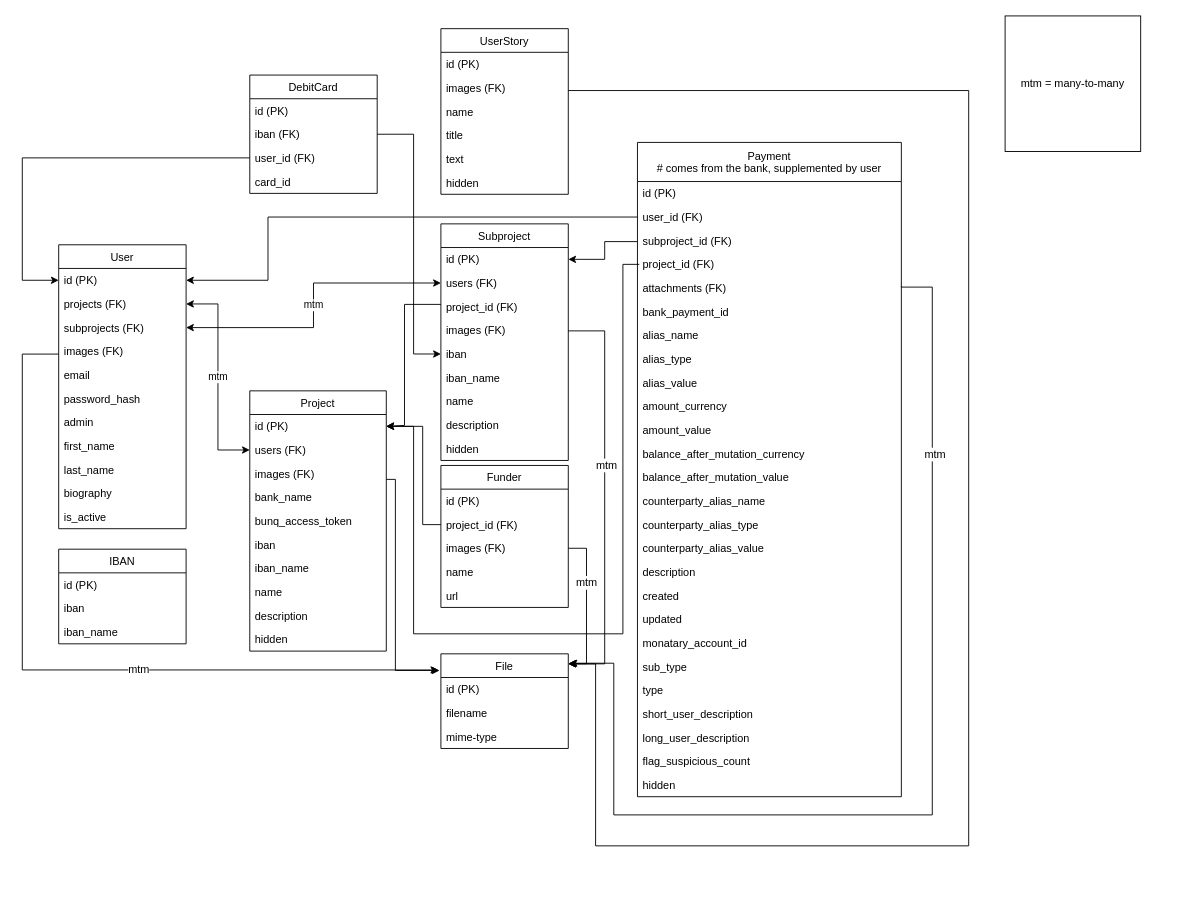
Before: open_poen_architecture.drawio in openstate/open-poen, a draw.io diagram. Source tidied: cells renumbered, new cells numbered last; positions are measured from the earlier drawing's top-left corner, leaving out a move shared by most shapes. Both pictures are drawn from the tidied source at 91%, with x=0, y=0 at pixel (22, 15).
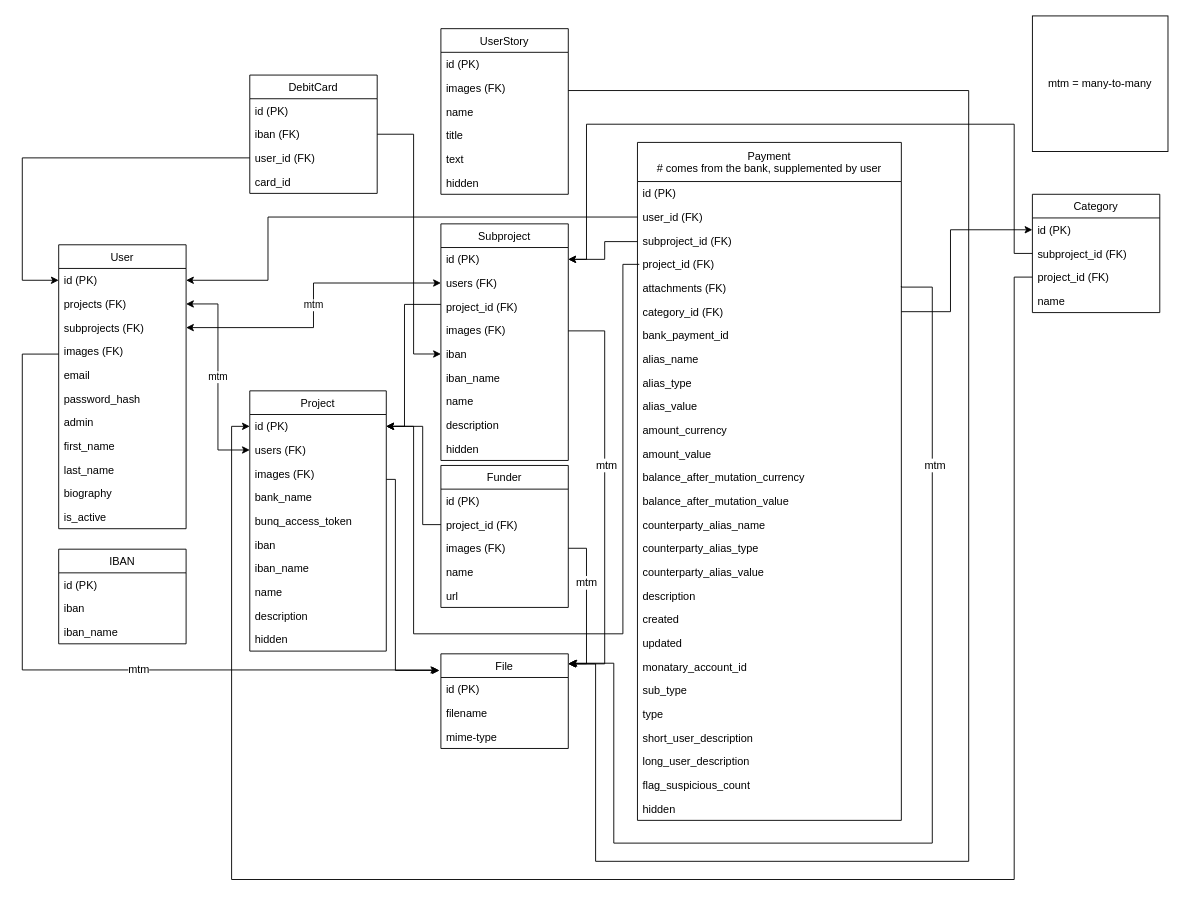
The same page after the edit.

The change refers to these unchanged cells:
```xml
<mxCell id="43" value="id (PK)" style="text;strokeColor=none;fillColor=none;align=left;verticalAlign=top;spacingLeft=4;spacingRight=4;overflow=hidden;points=[[0,0.5],[1,0.5]];portConstraint=eastwest;" parent="42" vertex="1">
  <mxGeometry y="26" width="150" height="26" as="geometry" />
</mxCell>
<mxCell id="55" value="id (PK)" style="text;strokeColor=none;fillColor=none;align=left;verticalAlign=top;spacingLeft=4;spacingRight=4;overflow=hidden;points=[[0,0.5],[1,0.5]];portConstraint=eastwest;" parent="54" vertex="1">
  <mxGeometry y="26" width="140" height="26" as="geometry" />
</mxCell>
<mxCell id="57" value="project_id (FK)" style="text;strokeColor=none;fillColor=none;align=left;verticalAlign=top;spacingLeft=4;spacingRight=4;overflow=hidden;points=[[0,0.5],[1,0.5]];portConstraint=eastwest;" parent="54" vertex="1">
  <mxGeometry y="78" width="140" height="26" as="geometry" />
</mxCell>
```

Diff of the diagram source:
```diff
@@
     <mxCell id="2" value="Payment&#10;# comes from the bank, supplemented by user" style="swimlane;fontStyle=0;horizontal=1;startSize=43;fillColor=none;" parent="1" vertex="1">
-      <mxGeometry x="676" y="139" width="290" height="719" as="geometry" />
+      <mxGeometry x="676" y="139" width="290" height="745" as="geometry" />
     </mxCell>
@@
+    <mxCell id="108" value="category_id (FK)" style="text;strokeColor=none;fillColor=none;align=left;verticalAlign=top;spacingLeft=4;spacingRight=4;overflow=hidden;points=[[0,0.5],[1,0.5]];portConstraint=eastwest;" parent="2" vertex="1">
+      <mxGeometry y="173" width="290" height="26" as="geometry" />
+    </mxCell>
     <mxCell id="8" value="bank_payment_id" style="text;strokeColor=none;fillColor=none;align=left;verticalAlign=top;spacingLeft=4;spacingRight=4;overflow=hidden;" parent="2" vertex="1">
-      <mxGeometry y="173" width="290" height="26" as="geometry" />
+      <mxGeometry y="199" width="290" height="26" as="geometry" />
     </mxCell>
     <mxCell id="9" value="alias_name" style="text;strokeColor=none;fillColor=none;align=left;verticalAlign=top;spacingLeft=4;spacingRight=4;overflow=hidden;" parent="2" vertex="1">
-      <mxGeometry y="199" width="290" height="26" as="geometry" />
+      <mxGeometry y="225" width="290" height="26" as="geometry" />
     </mxCell>
     <mxCell id="10" value="alias_type" style="text;strokeColor=none;fillColor=none;align=left;verticalAlign=top;spacingLeft=4;spacingRight=4;overflow=hidden;" parent="2" vertex="1">
-      <mxGeometry y="225" width="290" height="26" as="geometry" />
+      <mxGeometry y="251" width="290" height="26" as="geometry" />
     </mxCell>
     <mxCell id="11" value="alias_value" style="text;strokeColor=none;fillColor=none;align=left;verticalAlign=top;spacingLeft=4;spacingRight=4;overflow=hidden;" parent="2" vertex="1">
-      <mxGeometry y="251" width="290" height="26" as="geometry" />
+      <mxGeometry y="277" width="290" height="26" as="geometry" />
     </mxCell>
     <mxCell id="12" value="amount_currency" style="text;strokeColor=none;fillColor=none;align=left;verticalAlign=top;spacingLeft=4;spacingRight=4;overflow=hidden;" parent="2" vertex="1">
-      <mxGeometry y="277" width="290" height="26" as="geometry" />
+      <mxGeometry y="303" width="290" height="26" as="geometry" />
     </mxCell>
     <mxCell id="13" value="amount_value" style="text;strokeColor=none;fillColor=none;align=left;verticalAlign=top;spacingLeft=4;spacingRight=4;overflow=hidden;" parent="2" vertex="1">
-      <mxGeometry y="303" width="290" height="26" as="geometry" />
+      <mxGeometry y="329" width="290" height="26" as="geometry" />
     </mxCell>
     <mxCell id="14" value="balance_after_mutation_currency" style="text;strokeColor=none;fillColor=none;align=left;verticalAlign=top;spacingLeft=4;spacingRight=4;overflow=hidden;" parent="2" vertex="1">
-      <mxGeometry y="329" width="290" height="26" as="geometry" />
+      <mxGeometry y="355" width="290" height="26" as="geometry" />
     </mxCell>
     <mxCell id="15" value="balance_after_mutation_value" style="text;strokeColor=none;fillColor=none;align=left;verticalAlign=top;spacingLeft=4;spacingRight=4;overflow=hidden;" parent="2" vertex="1">
-      <mxGeometry y="355" width="290" height="26" as="geometry" />
+      <mxGeometry y="381" width="290" height="26" as="geometry" />
     </mxCell>
     <mxCell id="16" value="counterparty_alias_name" style="text;strokeColor=none;fillColor=none;align=left;verticalAlign=top;spacingLeft=4;spacingRight=4;overflow=hidden;" parent="2" vertex="1">
-      <mxGeometry y="381" width="290" height="26" as="geometry" />
+      <mxGeometry y="407" width="290" height="26" as="geometry" />
     </mxCell>
     <mxCell id="17" value="counterparty_alias_type" style="text;strokeColor=none;fillColor=none;align=left;verticalAlign=top;spacingLeft=4;spacingRight=4;overflow=hidden;" parent="2" vertex="1">
-      <mxGeometry y="407" width="290" height="26" as="geometry" />
+      <mxGeometry y="433" width="290" height="26" as="geometry" />
     </mxCell>
     <mxCell id="18" value="counterparty_alias_value" style="text;strokeColor=none;fillColor=none;align=left;verticalAlign=top;spacingLeft=4;spacingRight=4;overflow=hidden;" parent="2" vertex="1">
-      <mxGeometry y="433" width="290" height="26" as="geometry" />
+      <mxGeometry y="459" width="290" height="26" as="geometry" />
     </mxCell>
     <mxCell id="19" value="description" style="text;strokeColor=none;fillColor=none;align=left;verticalAlign=top;spacingLeft=4;spacingRight=4;overflow=hidden;" parent="2" vertex="1">
-      <mxGeometry y="459" width="290" height="26" as="geometry" />
+      <mxGeometry y="485" width="290" height="26" as="geometry" />
     </mxCell>
     <mxCell id="20" value="created" style="text;strokeColor=none;fillColor=none;align=left;verticalAlign=top;spacingLeft=4;spacingRight=4;overflow=hidden;" parent="2" vertex="1">
-      <mxGeometry y="485" width="290" height="26" as="geometry" />
+      <mxGeometry y="511" width="290" height="26" as="geometry" />
     </mxCell>
     <mxCell id="21" value="updated" style="text;strokeColor=none;fillColor=none;align=left;verticalAlign=top;spacingLeft=4;spacingRight=4;overflow=hidden;" parent="2" vertex="1">
-      <mxGeometry y="511" width="290" height="26" as="geometry" />
+      <mxGeometry y="537" width="290" height="26" as="geometry" />
     </mxCell>
     <mxCell id="22" value="monatary_account_id" style="text;strokeColor=none;fillColor=none;align=left;verticalAlign=top;spacingLeft=4;spacingRight=4;overflow=hidden;" parent="2" vertex="1">
-      <mxGeometry y="537" width="290" height="26" as="geometry" />
+      <mxGeometry y="563" width="290" height="26" as="geometry" />
     </mxCell>
     <mxCell id="23" value="sub_type" style="text;strokeColor=none;fillColor=none;align=left;verticalAlign=top;spacingLeft=4;spacingRight=4;overflow=hidden;" parent="2" vertex="1">
-      <mxGeometry y="563" width="290" height="26" as="geometry" />
+      <mxGeometry y="589" width="290" height="26" as="geometry" />
     </mxCell>
     <mxCell id="24" value="type" style="text;strokeColor=none;fillColor=none;align=left;verticalAlign=top;spacingLeft=4;spacingRight=4;overflow=hidden;" parent="2" vertex="1">
-      <mxGeometry y="589" width="290" height="26" as="geometry" />
+      <mxGeometry y="615" width="290" height="26" as="geometry" />
     </mxCell>
     <mxCell id="25" value="short_user_description" style="text;strokeColor=none;fillColor=none;align=left;verticalAlign=top;spacingLeft=4;spacingRight=4;overflow=hidden;" parent="2" vertex="1">
-      <mxGeometry y="615" width="290" height="26" as="geometry" />
+      <mxGeometry y="641" width="290" height="26" as="geometry" />
     </mxCell>
     <mxCell id="26" value="long_user_description" style="text;strokeColor=none;fillColor=none;align=left;verticalAlign=top;spacingLeft=4;spacingRight=4;overflow=hidden;" parent="2" vertex="1">
-      <mxGeometry y="641" width="290" height="26" as="geometry" />
+      <mxGeometry y="667" width="290" height="26" as="geometry" />
     </mxCell>
     <mxCell id="27" value="flag_suspicious_count" style="text;strokeColor=none;fillColor=none;align=left;verticalAlign=top;spacingLeft=4;spacingRight=4;overflow=hidden;" parent="2" vertex="1">
-      <mxGeometry y="667" width="290" height="26" as="geometry" />
+      <mxGeometry y="693" width="290" height="26" as="geometry" />
     </mxCell>
     <mxCell id="28" value="hidden" style="text;strokeColor=none;fillColor=none;align=left;verticalAlign=top;spacingLeft=4;spacingRight=4;overflow=hidden;" parent="2" vertex="1">
-      <mxGeometry y="693" width="290" height="26" as="geometry" />
+      <mxGeometry y="719" width="290" height="26" as="geometry" />
     </mxCell>
@@
     <mxCell id="53" style="edgeStyle=orthogonalEdgeStyle;rounded=0;jettySize=auto;html=1;entryX=1;entryY=0.5;entryDx=0;entryDy=0;" parent="1" edge="1" source="57" target="43">
       <mxGeometry relative="1" as="geometry">
         <Array as="points">
           <mxPoint x="420" y="317" />
-          <mxPoint x="420" y="450" />
+          <mxPoint x="420" y="451" />
         </Array>
       </mxGeometry>
     </mxCell>
@@
     <mxCell id="100" style="edgeStyle=orthogonalEdgeStyle;rounded=0;orthogonalLoop=1;jettySize=auto;html=1;entryX=1.01;entryY=0.118;entryDx=0;entryDy=0;entryPerimeter=0;" parent="1" edge="1">
       <mxGeometry relative="1" as="geometry">
         <mxPoint x="966" y="297" as="sourcePoint" />
         <mxPoint x="601.4" y="711.3" as="targetPoint" />
         <Array as="points">
           <mxPoint x="1000" y="298" />
-          <mxPoint x="1000" y="878" />
-          <mxPoint x="650" y="878" />
-          <mxPoint x="650" y="712" />
+          <mxPoint x="1000" y="909" />
+          <mxPoint x="650" y="909" />
+          <mxPoint x="650" y="711" />
         </Array>
       </mxGeometry>
     </mxCell>
@@
     <mxCell id="102" value="mtm = many-to-many" style="whiteSpace=wrap;html=1;" parent="1" vertex="1">
-      <mxGeometry x="1080" width="149" height="149" as="geometry" />
+      <mxGeometry x="1110" width="149" height="149" as="geometry" />
     </mxCell>
@@
     <mxCell id="107" style="edgeStyle=orthogonalEdgeStyle;rounded=0;orthogonalLoop=1;jettySize=auto;html=1;startArrow=none;startFill=0;" parent="1" edge="1">
       <mxGeometry relative="1" as="geometry">
         <mxPoint x="600" y="82" as="sourcePoint" />
         <mxPoint x="600" y="712" as="targetPoint" />
         <Array as="points">
           <mxPoint x="1040" y="82" />
-          <mxPoint x="1040" y="912" />
-          <mxPoint x="630" y="912" />
+          <mxPoint x="1040" y="929" />
+          <mxPoint x="630" y="929" />
           <mxPoint x="630" y="712" />
         </Array>
       </mxGeometry>
     </mxCell>
+    <mxCell id="109" value="Category" style="swimlane;fontStyle=0;horizontal=1;startSize=26;fillColor=none;" parent="1" vertex="1">
+      <mxGeometry x="1110" y="196" width="140" height="130" as="geometry" />
+    </mxCell>
+    <mxCell id="110" value="id (PK)" style="text;strokeColor=none;fillColor=none;align=left;verticalAlign=top;spacingLeft=4;spacingRight=4;overflow=hidden;points=[[0,0.5],[1,0.5]];portConstraint=eastwest;" parent="109" vertex="1">
+      <mxGeometry y="26" width="140" height="26" as="geometry" />
+    </mxCell>
+    <mxCell id="111" value="subproject_id (FK)" style="text;strokeColor=none;fillColor=none;align=left;verticalAlign=top;spacingLeft=4;spacingRight=4;overflow=hidden;points=[[0,0.5],[1,0.5]];portConstraint=eastwest;" parent="109" vertex="1">
+      <mxGeometry y="52" width="140" height="26" as="geometry" />
+    </mxCell>
+    <mxCell id="112" value="project_id (FK)" style="text;strokeColor=none;fillColor=none;align=left;verticalAlign=top;spacingLeft=4;spacingRight=4;overflow=hidden;points=[[0,0.5],[1,0.5]];portConstraint=eastwest;" parent="109" vertex="1">
+      <mxGeometry y="78" width="140" height="26" as="geometry" />
+    </mxCell>
+    <mxCell id="113" value="name" style="text;strokeColor=none;fillColor=none;align=left;verticalAlign=top;spacingLeft=4;spacingRight=4;overflow=hidden;" parent="109" vertex="1">
+      <mxGeometry y="104" width="140" height="26" as="geometry" />
+    </mxCell>
+    <mxCell id="114" style="edgeStyle=orthogonalEdgeStyle;rounded=0;jettySize=auto;html=1;entryX=1;entryY=0.5;entryDx=0;entryDy=0;" parent="1" edge="1" source="111" target="55">
+      <mxGeometry relative="1" as="geometry">
+        <Array as="points">
+          <mxPoint x="1090" y="261" />
+          <mxPoint x="1090" y="119" />
+          <mxPoint x="620" y="119" />
+          <mxPoint x="620" y="268" />
+        </Array>
+      </mxGeometry>
+    </mxCell>
+    <mxCell id="115" style="edgeStyle=orthogonalEdgeStyle;rounded=0;jettySize=auto;html=1;entryX=0;entryY=0.5;entryDx=0;entryDy=0;" parent="1" edge="1" source="112" target="43">
+      <mxGeometry relative="1" as="geometry">
+        <Array as="points">
+          <mxPoint x="1090" y="287" />
+          <mxPoint x="1090" y="949" />
+          <mxPoint x="230" y="949" />
+          <mxPoint x="230" y="451" />
+        </Array>
+      </mxGeometry>
+    </mxCell>
+    <mxCell id="116" style="edgeStyle=orthogonalEdgeStyle;rounded=0;jettySize=auto;html=1;entryX=0;entryY=0.5;entryDx=0;entryDy=0;" parent="1" edge="1" source="108" target="110">
+      <mxGeometry relative="1" as="geometry">
+        <Array as="points">
+          <mxPoint x="1020" y="325" />
+          <mxPoint x="1020" y="235" />
+        </Array>
+      </mxGeometry>
+    </mxCell>
```
